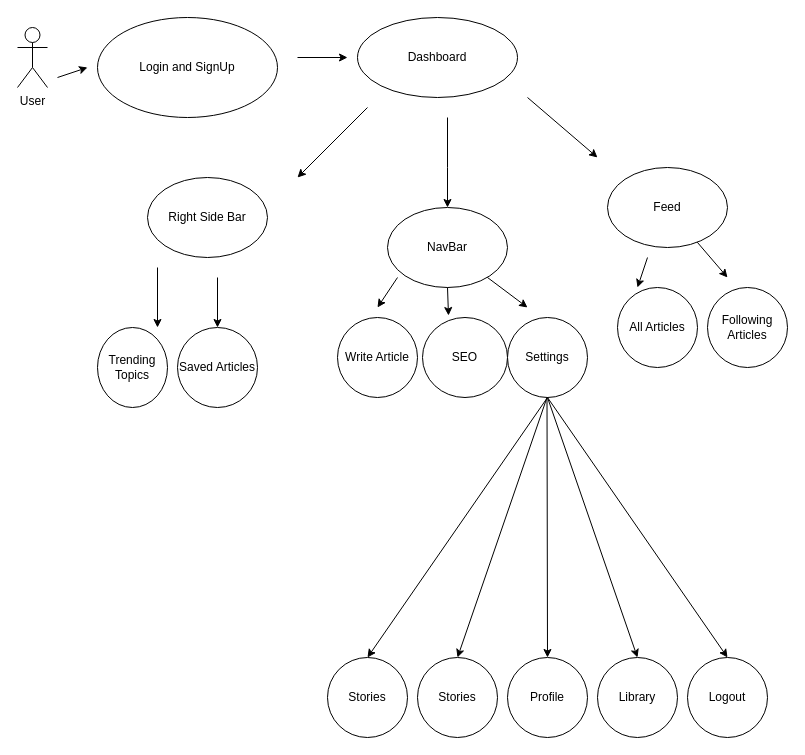
The draw.io diagram Untitled Diagram.drawio in dhanush77777/MindScribe, before the edit. Source tidied: cells renumbered, new cells numbered last; positions are measured from the earlier drawing's top-left corner, leaving out a move shared by most shapes. Both pictures are drawn from the tidied source at 100%, with x=0, y=0 at pixel (17, 17).
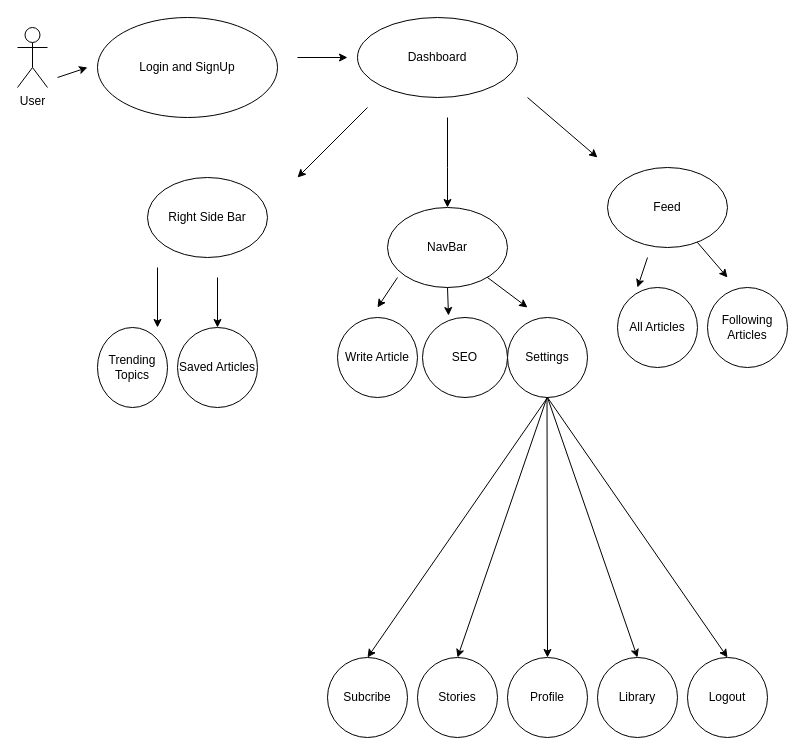
Above is the later version.

What changed in the source:
```diff
@@
-    <mxCell id="38" value="Stories" style="ellipse;whiteSpace=wrap;html=1;" parent="1" vertex="1">
+    <mxCell id="38" value="Subcribe" style="ellipse;whiteSpace=wrap;html=1;" parent="1" vertex="1">
       <mxGeometry x="310" y="640" width="80" height="80" as="geometry" />
     </mxCell>
```
